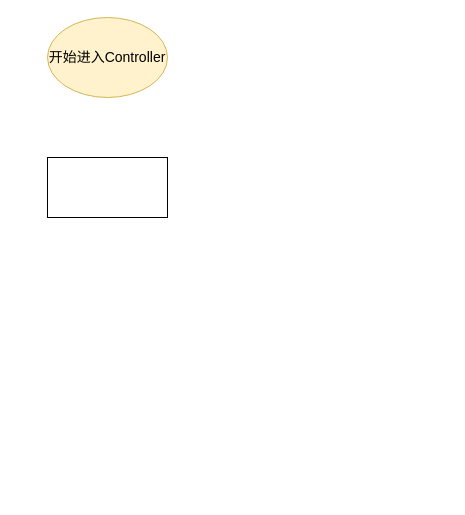
The draw.io diagram Untitled Diagram.drawio in papupupu/draw, before the edit. Source tidied: cells renumbered, new cells numbered last; positions are measured from the earlier drawing's top-left corner, leaving out a move shared by most shapes. Both pictures are drawn from the tidied source at 100%, with x=0, y=0 at pixel (47, 17).
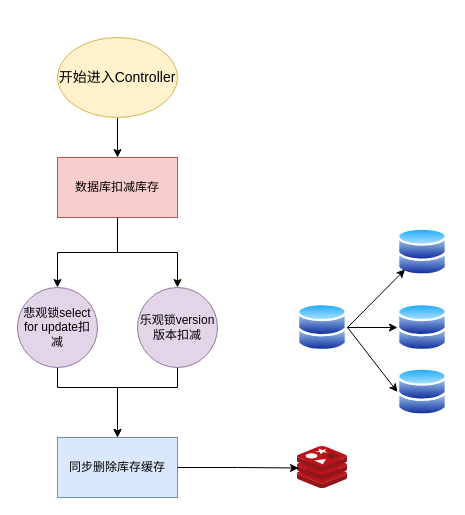
Above is the later version.

What changed in the source:
```diff
@@
+    <mxCell id="4" style="edgeStyle=orthogonalEdgeStyle;rounded=0;jettySize=auto;html=1;exitX=0.5;exitY=1;exitDx=0;exitDy=0;entryX=0.5;entryY=0;entryDx=0;entryDy=0;" parent="1" edge="1" source="2" target="3">
+      <mxGeometry relative="1" as="geometry" />
+    </mxCell>
     <mxCell id="2" value="&lt;font style=&quot;font-size: 14px;&quot;&gt;开始进入Controller&lt;/font&gt;" style="ellipse;whiteSpace=wrap;html=1;fillColor=#fff2cc;strokeColor=#d6b656;" parent="1" vertex="1">
-      <mxGeometry width="120" height="80" as="geometry" />
+      <mxGeometry x="10" y="20" width="120" height="80" as="geometry" />
     </mxCell>
+    <mxCell id="5" style="edgeStyle=orthogonalEdgeStyle;rounded=0;jettySize=auto;html=1;exitX=0.5;exitY=1;exitDx=0;exitDy=0;" parent="1" edge="1" source="3" target="8">
+      <mxGeometry relative="1" as="geometry" />
+    </mxCell>
+    <mxCell id="6" style="edgeStyle=orthogonalEdgeStyle;rounded=0;jettySize=auto;html=1;exitX=0.5;exitY=1;exitDx=0;exitDy=0;entryX=0.5;entryY=0;entryDx=0;entryDy=0;" parent="1" edge="1" source="3" target="10">
+      <mxGeometry relative="1" as="geometry" />
+    </mxCell>
-    <mxCell id="3" style="rounded=0;whiteSpace=wrap;html=1;" parent="1" vertex="1">
-      <mxGeometry y="140" width="120" height="60" as="geometry" />
+    <mxCell id="3" value="数据库扣减库存" style="rounded=0;whiteSpace=wrap;html=1;fillColor=#f8cecc;strokeColor=#b85450;" parent="1" vertex="1">
+      <mxGeometry x="10" y="140" width="120" height="60" as="geometry" />
     </mxCell>
+    <mxCell id="7" style="edgeStyle=orthogonalEdgeStyle;rounded=0;jettySize=auto;html=1;entryX=0.5;entryY=0;entryDx=0;entryDy=0;" parent="1" edge="1" source="8" target="11">
+      <mxGeometry relative="1" as="geometry">
+        <Array as="points">
+          <mxPoint x="10" y="370" />
+          <mxPoint x="70" y="370" />
+        </Array>
+      </mxGeometry>
+    </mxCell>
+    <mxCell id="8" value="悲观锁select for update扣减" style="ellipse;whiteSpace=wrap;html=1;fillColor=#e1d5e7;strokeColor=#9673a6;" parent="1" vertex="1">
+      <mxGeometry x="-30" y="270" width="80" height="80" as="geometry" />
+    </mxCell>
+    <mxCell id="9" style="edgeStyle=orthogonalEdgeStyle;rounded=0;jettySize=auto;html=1;exitX=0.5;exitY=1;exitDx=0;exitDy=0;entryX=0.5;entryY=0;entryDx=0;entryDy=0;" parent="1" edge="1" source="10" target="11">
+      <mxGeometry relative="1" as="geometry">
+        <Array as="points">
+          <mxPoint x="130" y="370" />
+          <mxPoint x="70" y="370" />
+        </Array>
+      </mxGeometry>
+    </mxCell>
+    <mxCell id="10" value="乐观锁version版本扣减" style="ellipse;whiteSpace=wrap;html=1;fillColor=#e1d5e7;strokeColor=#9673a6;" parent="1" vertex="1">
+      <mxGeometry x="90" y="270" width="80" height="80" as="geometry" />
+    </mxCell>
+    <mxCell id="11" value="同步删除库存缓存" style="rounded=0;whiteSpace=wrap;html=1;fillColor=#dae8fc;strokeColor=#6c8ebf;" parent="1" vertex="1">
+      <mxGeometry x="10" y="420" width="120" height="60" as="geometry" />
+    </mxCell>
+    <mxCell id="12" style="edgeStyle=orthogonalEdgeStyle;rounded=0;jettySize=auto;html=1;entryX=0;entryY=0.5;entryDx=0;entryDy=0;" parent="1" edge="1" source="13" target="15">
+      <mxGeometry relative="1" as="geometry" />
+    </mxCell>
+    <mxCell id="13" style="image;perimeter=ellipsePerimeter;html=1;align=center;shadow=0;dashed=0;spacingTop=3;image=img/lib/active_directory/databases.svg;" parent="1" vertex="1">
+      <mxGeometry x="250" y="285.5" width="50" height="49" as="geometry" />
+    </mxCell>
+    <mxCell id="14" style="image;perimeter=ellipsePerimeter;html=1;align=center;shadow=0;dashed=0;spacingTop=3;image=img/lib/active_directory/databases.svg;" parent="1" vertex="1">
+      <mxGeometry x="350" y="210" width="50" height="49" as="geometry" />
+    </mxCell>
+    <mxCell id="15" style="image;perimeter=ellipsePerimeter;html=1;align=center;shadow=0;dashed=0;spacingTop=3;image=img/lib/active_directory/databases.svg;" parent="1" vertex="1">
+      <mxGeometry x="350" y="285.5" width="50" height="49" as="geometry" />
+    </mxCell>
+    <mxCell id="16" style="image;perimeter=ellipsePerimeter;html=1;align=center;shadow=0;dashed=0;spacingTop=3;image=img/lib/active_directory/databases.svg;" parent="1" vertex="1">
+      <mxGeometry x="350" y="350" width="50" height="49" as="geometry" />
+    </mxCell>
+    <mxCell id="17" style="endArrow=classic;html=1;rounded=0;exitX=1;exitY=0.5;exitDx=0;exitDy=0;" parent="1" edge="1" source="13" target="14">
+      <mxGeometry relative="1" as="geometry" />
+    </mxCell>
+    <mxCell id="18" style="endArrow=classic;html=1;rounded=0;entryX=0;entryY=0.5;entryDx=0;entryDy=0;exitX=1;exitY=0.5;exitDx=0;exitDy=0;" parent="1" edge="1" source="13" target="16">
+      <mxGeometry relative="1" as="geometry" />
+    </mxCell>
+    <mxCell id="19" style="image;sketch=0;html=1;points=[];align=center;fontSize=12;image=img/lib/mscae/Cache_Redis_Product.svg;" parent="1" vertex="1">
+      <mxGeometry x="250" y="429" width="50" height="42" as="geometry" />
+    </mxCell>
+    <mxCell id="20" style="edgeStyle=orthogonalEdgeStyle;rounded=0;jettySize=auto;html=1;exitX=1;exitY=0.5;exitDx=0;exitDy=0;entryX=0.02;entryY=0.512;entryDx=0;entryDy=0;entryPerimeter=0;" parent="1" edge="1" source="11" target="19">
+      <mxGeometry relative="1" as="geometry" />
+    </mxCell>
```
